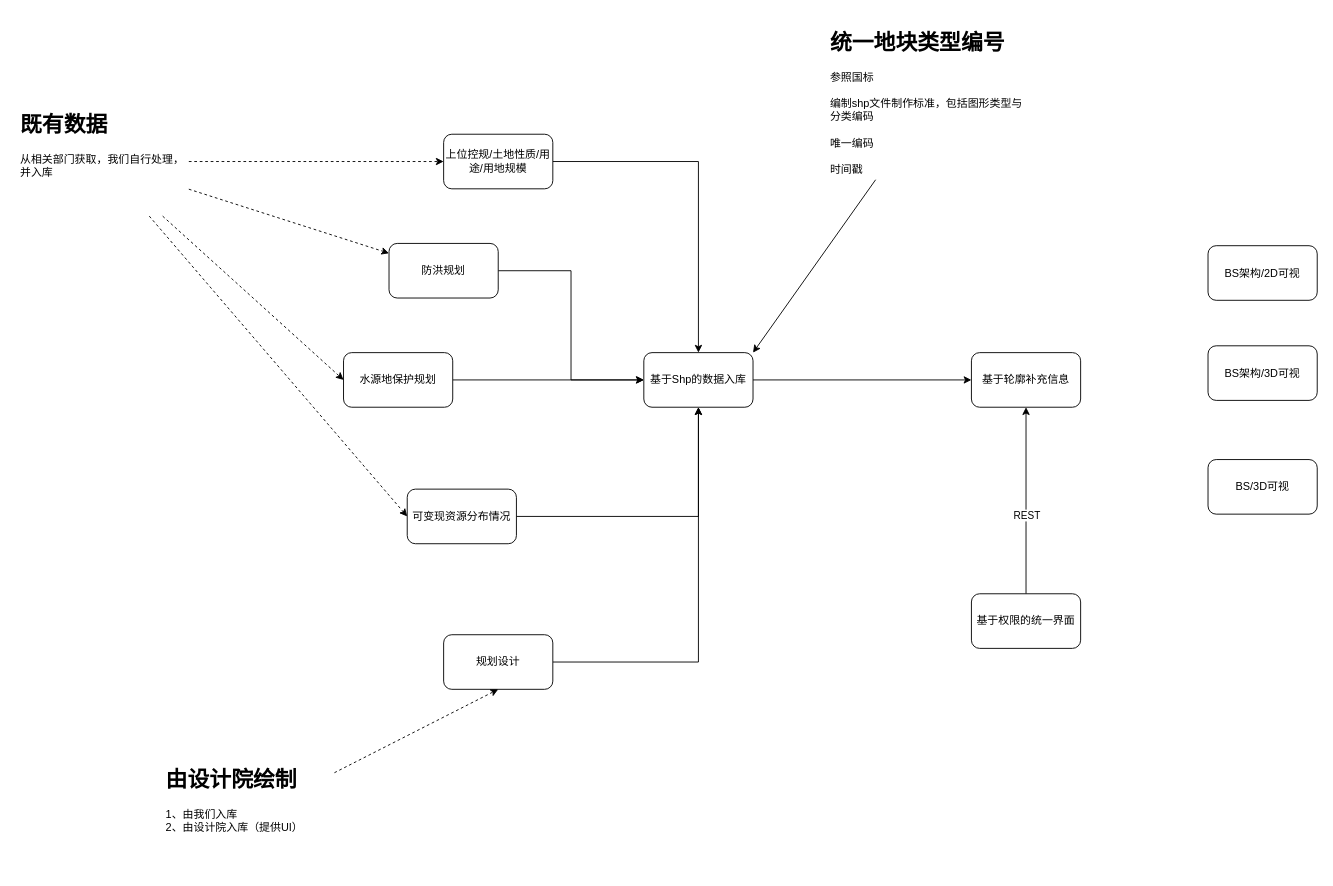
This is 房山大石窝镇.drawio from gaochaowyq/MinderGraph, a draw.io file, before an edit. Source tidied: cells renumbered, new cells numbered last; positions are measured from the earlier drawing's top-left corner, leaving out a move shared by most shapes. Both pictures are drawn from the tidied source at 91%, with x=0, y=0 at pixel (15, 25).
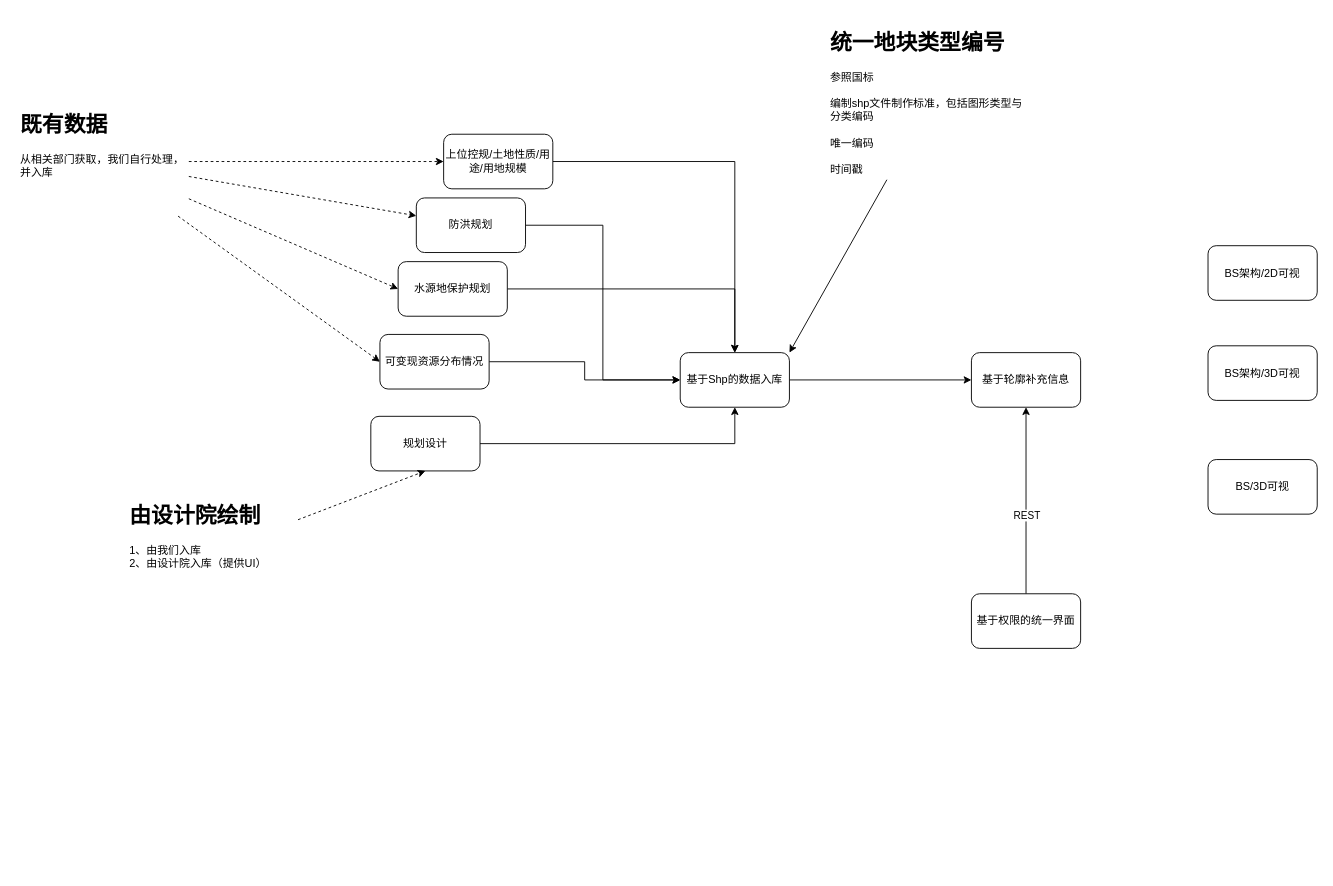
After the change.

Commit message:
更新房山大石窝镇.drawio

The edit, as a diff of the source:
```diff
@@
     <mxCell id="3" value="基于Shp的数据入库" style="rounded=1;whiteSpace=wrap;html=1;" parent="1" vertex="1">
-      <mxGeometry x="690" y="360" width="120" height="60" as="geometry" />
+      <mxGeometry x="730" y="360" width="120" height="60" as="geometry" />
     </mxCell>
@@
     <mxCell id="7" value="防洪规划" style="rounded=1;whiteSpace=wrap;html=1;" parent="1" vertex="1">
-      <mxGeometry x="410" y="240" width="120" height="60" as="geometry" />
+      <mxGeometry x="440" y="190" width="120" height="60" as="geometry" />
     </mxCell>
@@
     <mxCell id="9" value="水源地保护规划" style="rounded=1;whiteSpace=wrap;html=1;" parent="1" vertex="1">
-      <mxGeometry x="360" y="360" width="120" height="60" as="geometry" />
+      <mxGeometry x="420" y="260" width="120" height="60" as="geometry" />
     </mxCell>
-    <mxCell id="10" style="edgeStyle=orthogonalEdgeStyle;rounded=0;jettySize=auto;html=1;entryX=0.5;entryY=1;entryDx=0;entryDy=0;" parent="1" edge="1" source="11" target="3">
+    <mxCell id="10" style="edgeStyle=orthogonalEdgeStyle;rounded=0;jettySize=auto;html=1;entryX=0;entryY=0.5;entryDx=0;entryDy=0;" parent="1" edge="1" source="11" target="3">
       <mxGeometry relative="1" as="geometry" />
     </mxCell>
     <mxCell id="11" value="可变现资源分布情况" style="rounded=1;whiteSpace=wrap;html=1;" parent="1" vertex="1">
-      <mxGeometry x="430" y="510" width="120" height="60" as="geometry" />
+      <mxGeometry x="400" y="340" width="120" height="60" as="geometry" />
     </mxCell>
@@
     <mxCell id="22" value="规划设计" style="rounded=1;whiteSpace=wrap;html=1;" parent="1" vertex="1">
-      <mxGeometry x="470" y="670" width="120" height="60" as="geometry" />
+      <mxGeometry x="390" y="430" width="120" height="60" as="geometry" />
     </mxCell>
@@
     <mxCell id="24" value="&lt;h1&gt;由设计院绘制&lt;/h1&gt;&lt;div&gt;1、由我们入库&lt;/div&gt;&lt;div&gt;2、由设计院入库（提供UI）&lt;br&gt;&lt;/div&gt;" style="text;html=1;strokeColor=none;fillColor=none;spacing=5;spacingTop=-20;whiteSpace=wrap;overflow=hidden;rounded=0;" parent="1" vertex="1">
-      <mxGeometry x="160" y="810" width="190" height="120" as="geometry" />
+      <mxGeometry x="120" y="520" width="190" height="120" as="geometry" />
     </mxCell>
```
